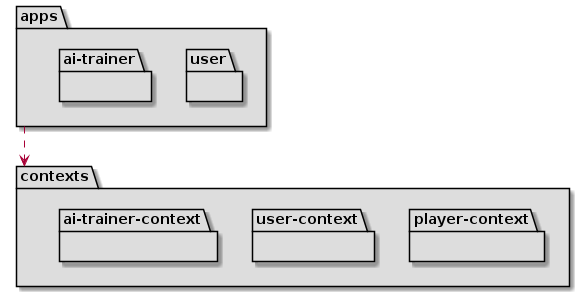
The PlantUML diagram docs/output/analysis/ArchitecturePackages.png in Master-Desarrollo-20-21/patrones-diseno---practica-final---juego-de-las-damas-fraylopez, before a commit.
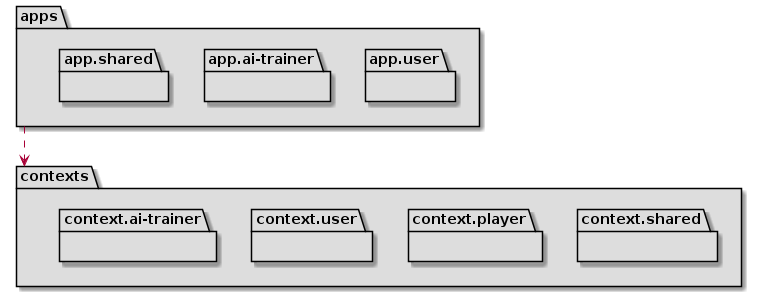
After the commit.

The edit, as a diff of the source:
```diff
@@ -1,13 +1,15 @@
 @startuml ArchitecturePackages
 package apps #DDDDDD {
-  package user #DDDDDD { }
-  package ai-trainer #DDDDDD { }
+  package app.user #DDDDDD { }
+  package app.ai-trainer #DDDDDD { }
+  package app.shared #DDDDDD { }
 }
 
 package contexts #DDDDDD {
-  package player-context #DDDDDD {  }
-  package user-context #DDDDDD {  }
-  package ai-trainer-context #DDDDDD {  }
+  package context.shared #DDDDDD {  }
+  package context.player #DDDDDD {  }
+  package context.user #DDDDDD {  }
+  package context.ai-trainer #DDDDDD {  }
 }
 apps ..> contexts
 
```
